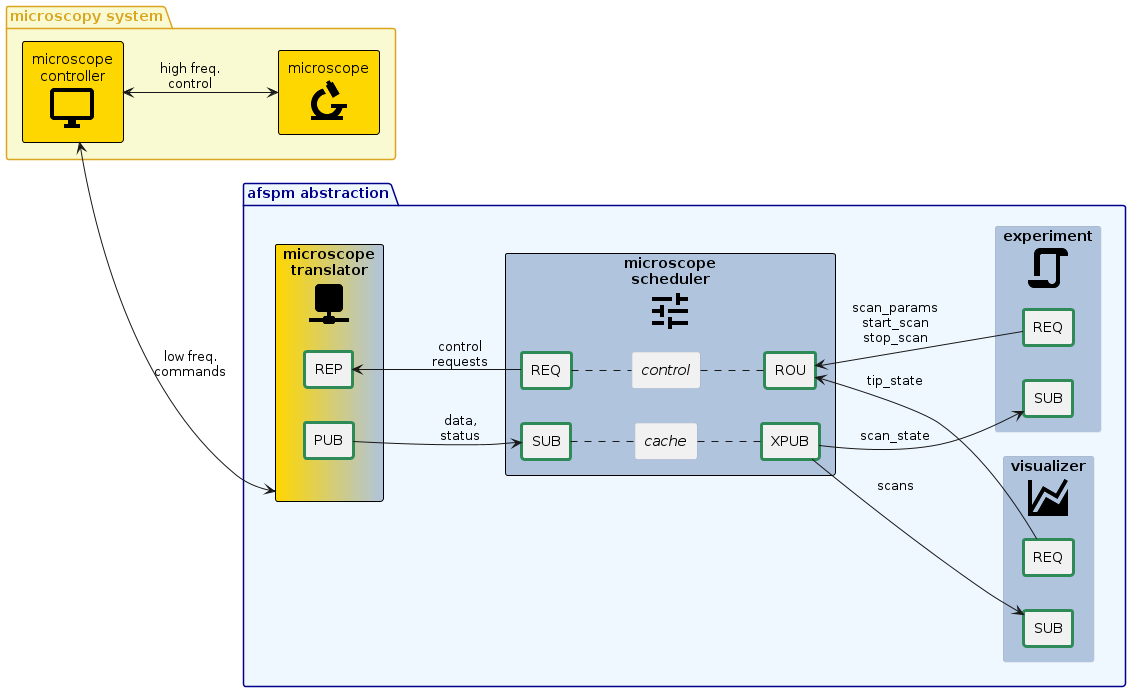
The PlantUML diagram docs/images/afspm_control.png in nsulmol/afspm, before a commit.
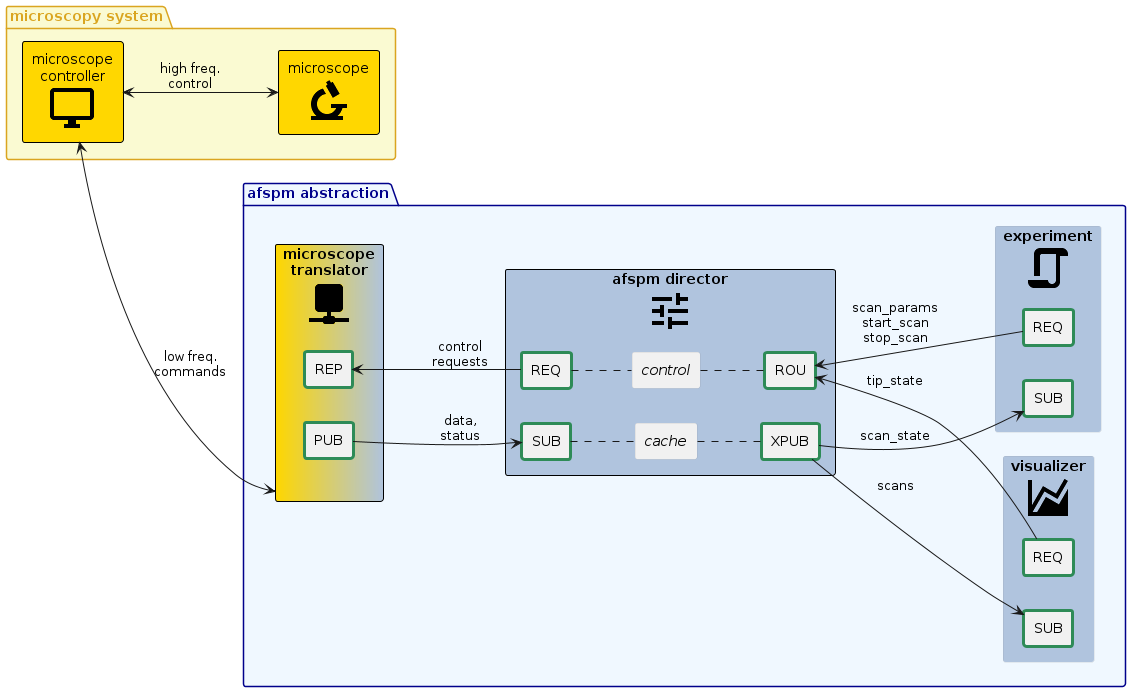
The same file after the commit.

Diff of the diagram source:
```diff
@@ -15,7 +15,7 @@
   }
 
 
-  component "microscope\nscheduler\n<$ma_tune>" <<internal>> <<required>> as afspm_con {
+  component "afspm director\n<$ma_tune>" <<internal>> <<required>> as afspm_con {
     component SUB <<socket>> as afspm_sub
     component XPUB <<socket>> as afspm_pub
     component "//cache//" as afspm_cache
```
